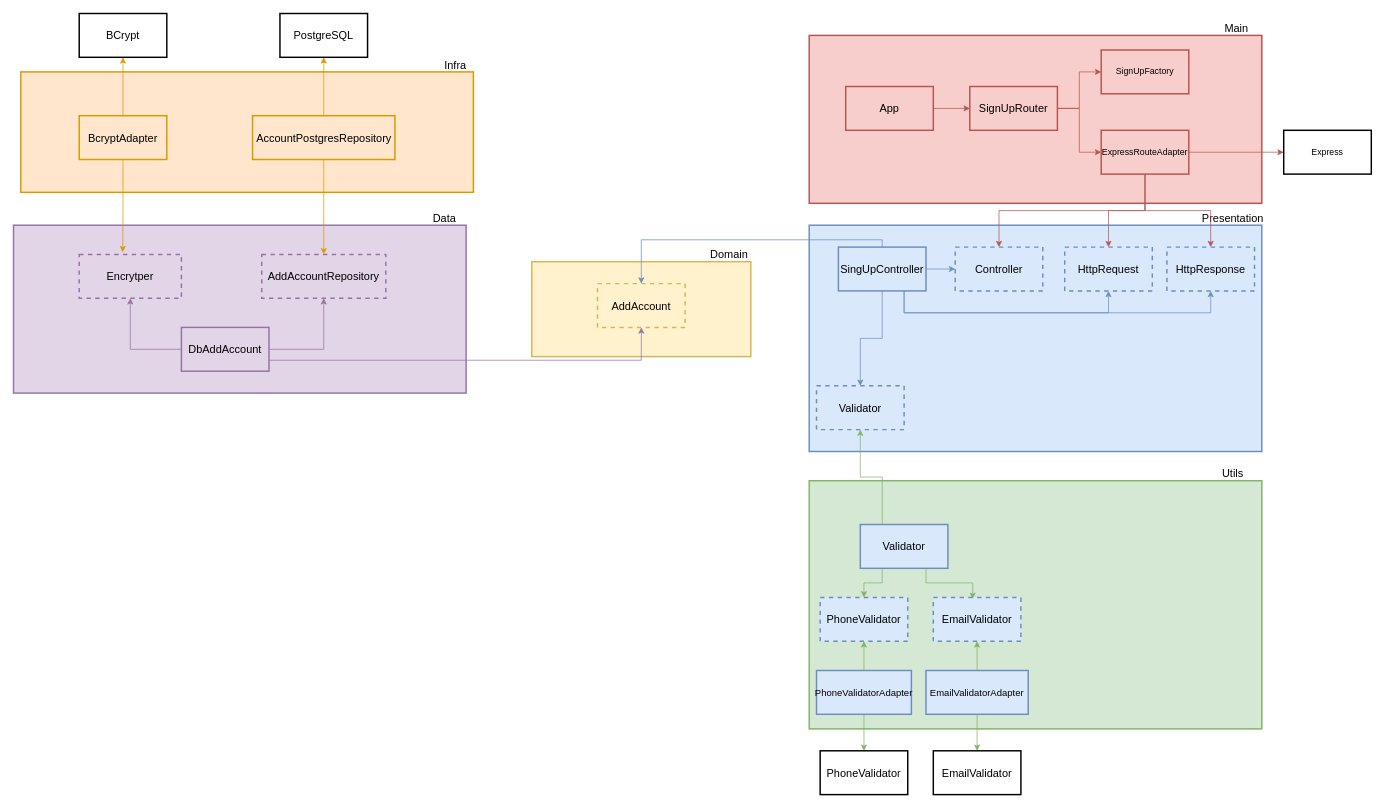
Earlier version of the draw.io diagram Docs/Diagrams/SignUpDiagram.drawio (idylicaro/api-signUp-signIn-generic). Source tidied: cells renumbered, new cells numbered last; positions are measured from the earlier drawing's top-left corner, leaving out a move shared by most shapes. Both pictures are drawn from the tidied source at 73%, with x=0, y=0 at pixel (13, 13).
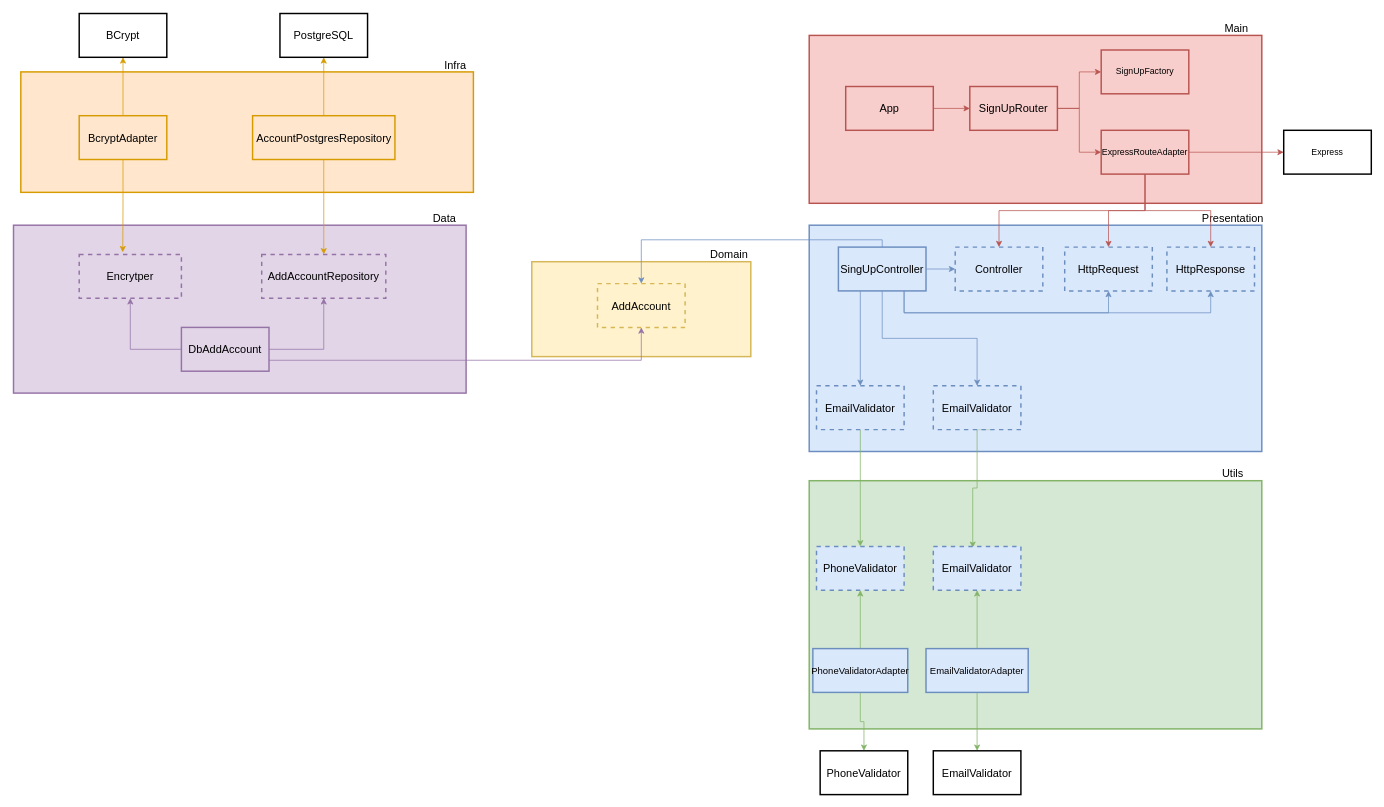
Above is the later version.

Unchanged cells that the change refers to:
```xml
<mxCell id="11" value="&lt;font style=&quot;font-size: 15px&quot;&gt;SingUpController&lt;/font&gt;" style="rounded=0;whiteSpace=wrap;html=1;strokeWidth=2;strokeColor=#6c8ebf;fillColor=#dae8fc;" parent="1" vertex="1">
  <mxGeometry x="1130" y="320" width="120" height="60" as="geometry" />
</mxCell>
```

The edit, as a diff of the source:
```diff
@@
+    <mxCell id="65" style="edgeStyle=orthogonalEdgeStyle;rounded=0;jettySize=auto;html=1;exitX=0.25;exitY=1;exitDx=0;exitDy=0;entryX=0.5;entryY=0;entryDx=0;entryDy=0;fillColor=#dae8fc;strokeColor=#6c8ebf;" parent="1" edge="1" source="11" target="66">
+      <mxGeometry relative="1" as="geometry" />
+    </mxCell>
@@
-    <mxCell id="18" style="edgeStyle=orthogonalEdgeStyle;rounded=0;jettySize=auto;html=1;exitX=0.5;exitY=0;exitDx=0;exitDy=0;entryX=0.5;entryY=1;entryDx=0;entryDy=0;fillColor=#d5e8d4;strokeColor=#82b366;" parent="1" edge="1" source="21" target="22">
-      <mxGeometry relative="1" as="geometry">
-        <Array as="points">
-          <mxPoint x="1190" y="700" />
-          <mxPoint x="1190" y="635" />
-          <mxPoint x="1160" y="635" />
-        </Array>
-      </mxGeometry>
-    </mxCell>
-    <mxCell id="19" style="edgeStyle=orthogonalEdgeStyle;rounded=0;jettySize=auto;html=1;exitX=0.25;exitY=1;exitDx=0;exitDy=0;entryX=0.5;entryY=0;entryDx=0;entryDy=0;fillColor=#d5e8d4;strokeColor=#82b366;" parent="1" edge="1" source="21" target="24">
+    <mxCell id="19" style="edgeStyle=orthogonalEdgeStyle;rounded=0;jettySize=auto;html=1;exitX=0.5;exitY=1;exitDx=0;exitDy=0;entryX=0.5;entryY=0;entryDx=0;entryDy=0;fillColor=#d5e8d4;strokeColor=#82b366;" parent="1" edge="1" source="66" target="24">
       <mxGeometry relative="1" as="geometry" />
     </mxCell>
-    <mxCell id="20" style="edgeStyle=orthogonalEdgeStyle;rounded=0;jettySize=auto;html=1;exitX=0.75;exitY=1;exitDx=0;exitDy=0;entryX=0.45;entryY=0.033;entryDx=0;entryDy=0;entryPerimeter=0;fillColor=#d5e8d4;strokeColor=#82b366;" parent="1" edge="1" source="21" target="23">
-      <mxGeometry relative="1" as="geometry" />
+    <mxCell id="20" style="edgeStyle=orthogonalEdgeStyle;rounded=0;jettySize=auto;html=1;exitX=0.667;exitY=1;exitDx=0;exitDy=0;entryX=0.45;entryY=0.033;entryDx=0;entryDy=0;entryPerimeter=0;fillColor=#d5e8d4;strokeColor=#82b366;exitPerimeter=0;" parent="1" edge="1" source="22" target="23">
+      <mxGeometry relative="1" as="geometry">
+        <Array as="points">
+          <mxPoint x="1320" y="570" />
+          <mxPoint x="1320" y="650" />
+          <mxPoint x="1314" y="650" />
+        </Array>
+      </mxGeometry>
     </mxCell>
-    <mxCell id="21" value="&lt;font style=&quot;font-size: 15px&quot;&gt;Validator&lt;/font&gt;" style="rounded=0;whiteSpace=wrap;html=1;strokeWidth=2;strokeColor=#6c8ebf;fillColor=#dae8fc;" parent="1" vertex="1">
-      <mxGeometry x="1160" y="700" width="120" height="60" as="geometry" />
-    </mxCell>
-    <mxCell id="22" value="&lt;font style=&quot;font-size: 15px&quot;&gt;Validator&lt;/font&gt;" style="rounded=0;whiteSpace=wrap;html=1;strokeWidth=2;fillColor=#dae8fc;dashed=1;strokeColor=#6c8ebf;" parent="1" vertex="1">
-      <mxGeometry x="1100" y="510" width="120" height="60" as="geometry" />
+    <mxCell id="22" value="&lt;font style=&quot;font-size: 15px&quot;&gt;EmailValidator&lt;/font&gt;" style="rounded=0;whiteSpace=wrap;html=1;strokeWidth=2;fillColor=#dae8fc;dashed=1;strokeColor=#6c8ebf;" parent="1" vertex="1">
+      <mxGeometry x="1260" y="510" width="120" height="60" as="geometry" />
     </mxCell>
     <mxCell id="23" value="&lt;font style=&quot;font-size: 15px&quot;&gt;EmailValidator&lt;/font&gt;" style="rounded=0;whiteSpace=wrap;html=1;strokeWidth=2;fillColor=#dae8fc;dashed=1;strokeColor=#6c8ebf;" parent="1" vertex="1">
-      <mxGeometry x="1260" y="800" width="120" height="60" as="geometry" />
+      <mxGeometry x="1260" y="730" width="120" height="60" as="geometry" />
     </mxCell>
     <mxCell id="24" value="&lt;font style=&quot;font-size: 15px&quot;&gt;PhoneValidator&lt;/font&gt;" style="rounded=0;whiteSpace=wrap;html=1;strokeWidth=2;fillColor=#dae8fc;dashed=1;strokeColor=#6c8ebf;" parent="1" vertex="1">
-      <mxGeometry x="1105" y="800" width="120" height="60" as="geometry" />
+      <mxGeometry x="1100" y="730" width="120" height="60" as="geometry" />
     </mxCell>
@@
     <mxCell id="27" value="&lt;font style=&quot;font-size: 13px&quot;&gt;PhoneValidatorAdapter&lt;/font&gt;" style="rounded=0;whiteSpace=wrap;html=1;strokeWidth=2;strokeColor=#6c8ebf;fillColor=#dae8fc;" parent="1" vertex="1">
-      <mxGeometry x="1100" y="900" width="130" height="60" as="geometry" />
+      <mxGeometry x="1095" y="870" width="130" height="60" as="geometry" />
     </mxCell>
@@
     <mxCell id="30" value="&lt;font style=&quot;font-size: 13px&quot;&gt;EmailValidatorAdapter&lt;/font&gt;" style="rounded=0;whiteSpace=wrap;html=1;strokeWidth=2;strokeColor=#6c8ebf;fillColor=#dae8fc;" parent="1" vertex="1">
-      <mxGeometry x="1250" y="900" width="140" height="60" as="geometry" />
+      <mxGeometry x="1250" y="870" width="140" height="60" as="geometry" />
     </mxCell>
@@
+    <mxCell id="66" value="&lt;font style=&quot;font-size: 15px&quot;&gt;EmailValidator&lt;/font&gt;" style="rounded=0;whiteSpace=wrap;html=1;strokeWidth=2;fillColor=#dae8fc;dashed=1;strokeColor=#6c8ebf;" parent="1" vertex="1">
+      <mxGeometry x="1100" y="510" width="120" height="60" as="geometry" />
+    </mxCell>
```
